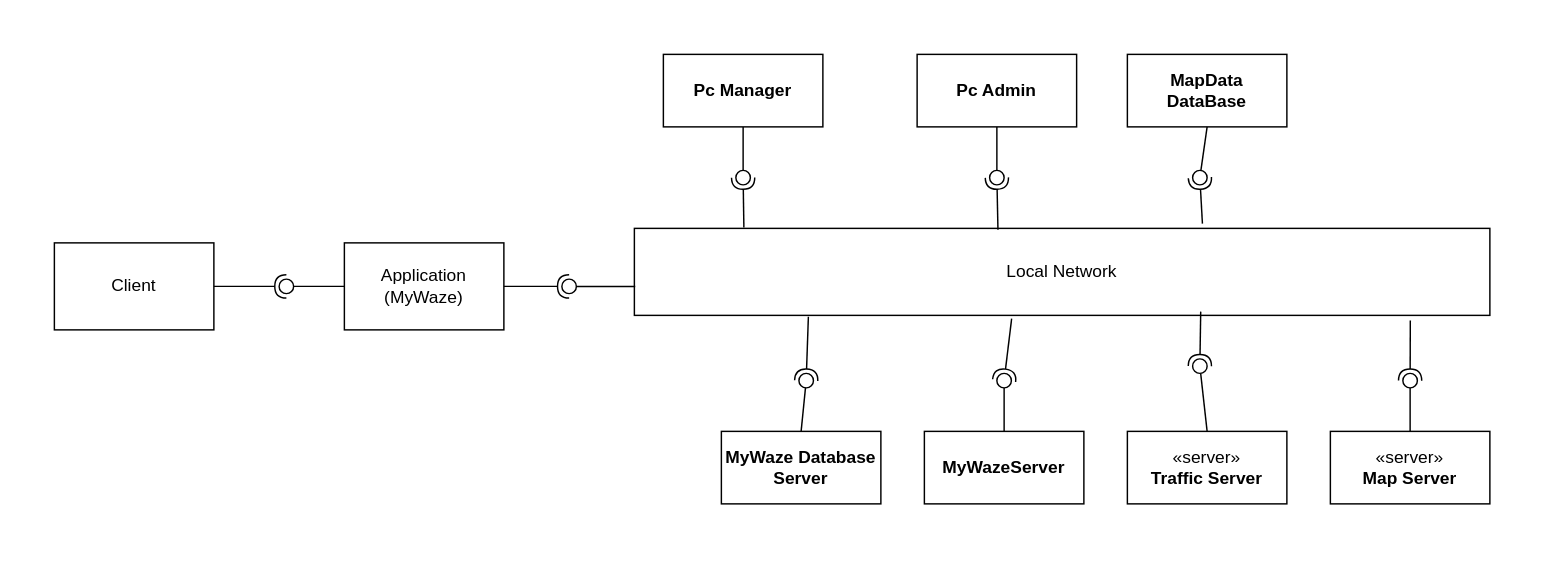
Above: Diagrams/DeploymentIBD.drawio in luislamy/msp (draw.io), before the change. Source tidied: cells renumbered, new cells numbered last; positions are measured from the earlier drawing's top-left corner, leaving out a move shared by most shapes. Both pictures are drawn from the tidied source at 145%, with x=0, y=0 at pixel (54, 54).
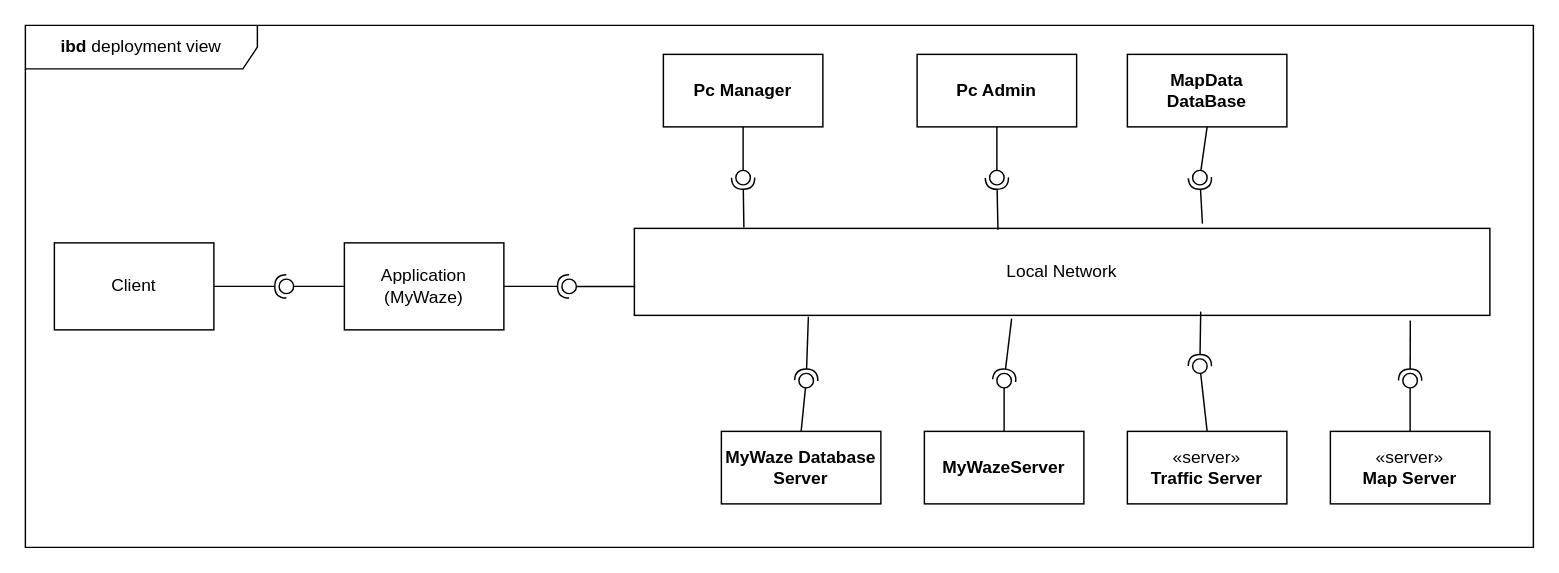
After the change.

What changed in the source:
```diff
@@
+    <mxCell id="39" value="&lt;b&gt;ibd &lt;/b&gt;deployment view" style="shape=umlFrame;whiteSpace=wrap;html=1;width=160;height=30;" parent="1" vertex="1">
+      <mxGeometry x="-20" y="-20" width="1040" height="360" as="geometry" />
+    </mxCell>
```
